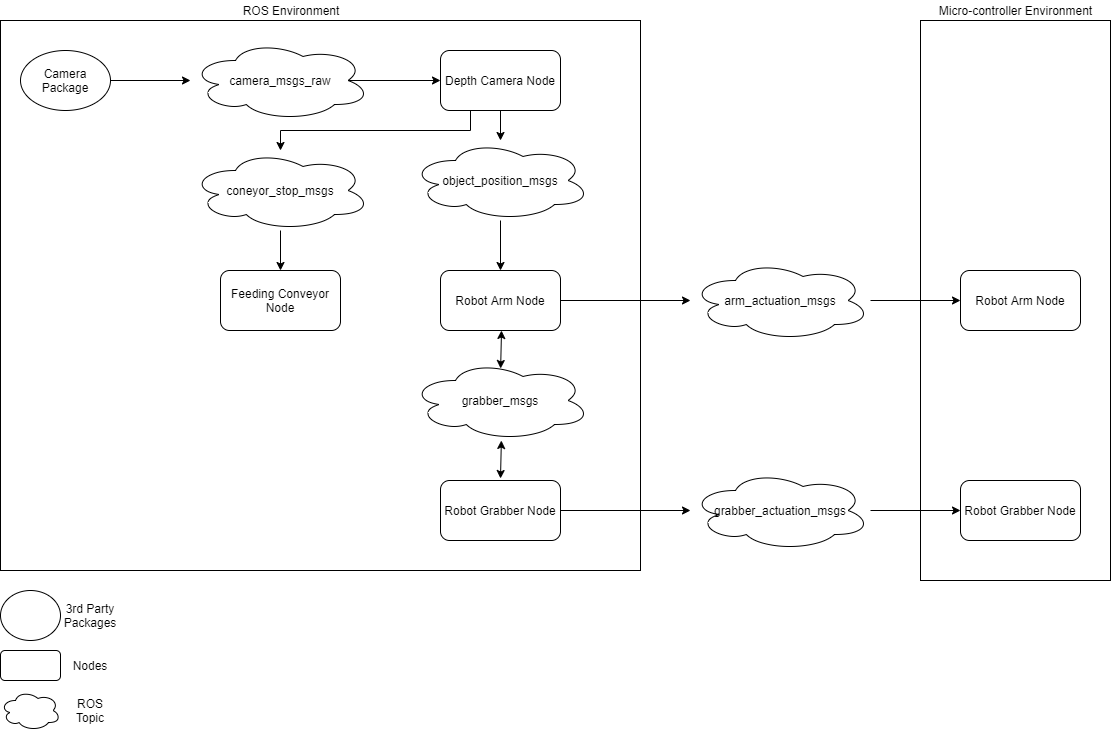
Robovison/RoboVision_Robot keeps this draw.io diagram as project_documentation/diagrams/ROS_Structure/ROS_Structure.png. Above is the earlier version. Source tidied: cells renumbered, new cells last; positions are measured from the earlier drawing's top-left corner, leaving out a move shared by most shapes.
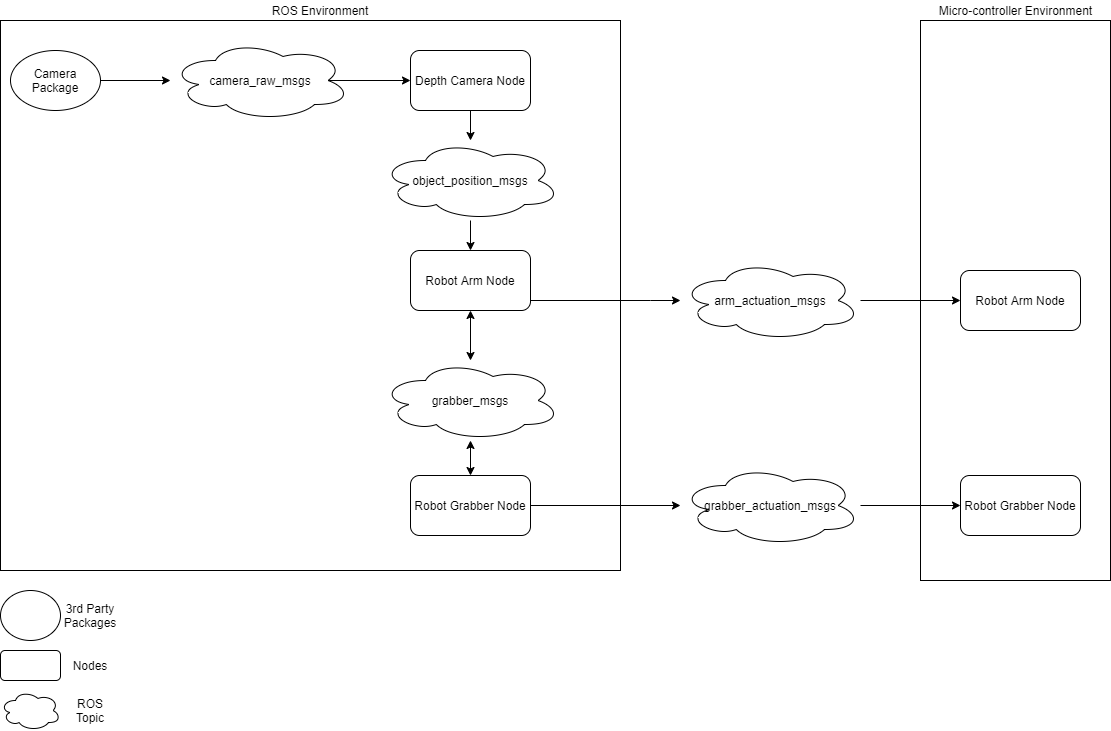
The same file after the commit.

Commit message:
ROB-16 Reworked the diagrams and documentation based on feedback from Marcel.

What changed in the source:
```diff
@@ -3,25 +3,22 @@
     <mxCell id="0" />
     <mxCell id="1" parent="0" />
     <mxCell id="2" style="rounded=0;whiteSpace=wrap;html=1;" parent="1" vertex="1">
-      <mxGeometry y="20" width="640" height="550" as="geometry" />
+      <mxGeometry y="20" width="620" height="550" as="geometry" />
     </mxCell>
     <mxCell id="3" value="ROS Environment" style="text;html=1;strokeColor=none;fillColor=none;align=center;verticalAlign=middle;whiteSpace=wrap;rounded=0;" parent="1" vertex="1">
-      <mxGeometry x="228" width="126" height="20" as="geometry" />
+      <mxGeometry x="257" width="126" height="20" as="geometry" />
     </mxCell>
     <mxCell id="4" style="edgeStyle=orthogonalEdgeStyle;rounded=0;jettySize=auto;html=1;exitX=0.5;exitY=1;exitDx=0;exitDy=0;" parent="1" edge="1" source="6" target="20">
       <mxGeometry relative="1" as="geometry" />
     </mxCell>
-    <mxCell id="5" style="edgeStyle=orthogonalEdgeStyle;rounded=0;jettySize=auto;html=1;exitX=0.25;exitY=1;exitDx=0;exitDy=0;" parent="1" edge="1" source="6" target="26">
-      <mxGeometry relative="1" as="geometry" />
-    </mxCell>
     <mxCell id="6" value="Depth Camera Node" style="rounded=1;whiteSpace=wrap;html=1;" parent="1" vertex="1">
-      <mxGeometry x="440" y="50" width="120" height="60" as="geometry" />
+      <mxGeometry x="410" y="50" width="120" height="60" as="geometry" />
     </mxCell>
     <mxCell id="7" style="edgeStyle=orthogonalEdgeStyle;rounded=0;jettySize=auto;html=1;exitX=1;exitY=0.5;exitDx=0;exitDy=0;" parent="1" edge="1" source="8" target="14">
       <mxGeometry relative="1" as="geometry" />
     </mxCell>
     <mxCell id="8" value="Camera Package" style="ellipse;whiteSpace=wrap;html=1;" parent="1" vertex="1">
-      <mxGeometry x="20" y="50" width="90" height="60" as="geometry" />
+      <mxGeometry x="10" y="50" width="90" height="60" as="geometry" />
     </mxCell>
     <mxCell id="9" style="ellipse;whiteSpace=wrap;html=1;" parent="1" vertex="1">
       <mxGeometry y="590" width="60" height="50" as="geometry" />
@@ -38,8 +35,8 @@
     <mxCell id="13" style="edgeStyle=orthogonalEdgeStyle;rounded=0;jettySize=auto;html=1;exitX=0.875;exitY=0.5;exitDx=0;exitDy=0;exitPerimeter=0;" parent="1" edge="1" source="14" target="6">
       <mxGeometry relative="1" as="geometry" />
     </mxCell>
-    <mxCell id="14" value="camera_msgs_raw" style="ellipse;shape=cloud;whiteSpace=wrap;html=1;" parent="1" vertex="1">
-      <mxGeometry x="190" y="40" width="180" height="80" as="geometry" />
+    <mxCell id="14" value="camera_raw_msgs" style="ellipse;shape=cloud;whiteSpace=wrap;html=1;" parent="1" vertex="1">
+      <mxGeometry x="170" y="40" width="180" height="80" as="geometry" />
     </mxCell>
     <mxCell id="15" style="ellipse;shape=cloud;whiteSpace=wrap;html=1;" parent="1" vertex="1">
       <mxGeometry y="690" width="60" height="40" as="geometry" />
@@ -48,47 +45,25 @@
       <mxGeometry x="70" y="700" width="40" height="20" as="geometry" />
     </mxCell>
     <mxCell id="17" style="edgeStyle=orthogonalEdgeStyle;rounded=0;jettySize=auto;html=1;" parent="1" edge="1" source="18" target="32">
-      <mxGeometry relative="1" as="geometry" />
+      <mxGeometry relative="1" as="geometry">
+        <Array as="points">
+          <mxPoint x="650" y="300" />
+          <mxPoint x="650" y="300" />
+        </Array>
+      </mxGeometry>
     </mxCell>
     <mxCell id="18" value="Robot Arm Node" style="rounded=1;whiteSpace=wrap;html=1;" parent="1" vertex="1">
-      <mxGeometry x="440" y="270" width="120" height="60" as="geometry" />
+      <mxGeometry x="410" y="250" width="120" height="60" as="geometry" />
     </mxCell>
     <mxCell id="19" style="edgeStyle=orthogonalEdgeStyle;rounded=0;jettySize=auto;html=1;" parent="1" edge="1" source="20" target="18">
       <mxGeometry relative="1" as="geometry" />
     </mxCell>
     <mxCell id="20" value="object_position_msgs" style="ellipse;shape=cloud;whiteSpace=wrap;html=1;" parent="1" vertex="1">
-      <mxGeometry x="410" y="140" width="180" height="80" as="geometry" />
+      <mxGeometry x="380" y="140" width="180" height="80" as="geometry" />
     </mxCell>
-    <mxCell id="21" style="edgeStyle=orthogonalEdgeStyle;rounded=0;jettySize=auto;html=1;" parent="1" edge="1" source="22" target="35">
+    <mxCell id="21" style="edgeStyle=orthogonalEdgeStyle;rounded=0;jettySize=auto;html=1;exitX=1;exitY=0.5;exitDx=0;exitDy=0;" parent="1" edge="1" source="22" target="35">
       <mxGeometry relative="1" as="geometry" />
     </mxCell>
-    <mxCell id="22" value="Robot Grabber Node" style="rounded=1;whiteSpace=wrap;html=1;" parent="1" vertex="1">
-      <mxGeometry x="440" y="480" width="120" height="60" as="geometry" />
-    </mxCell>
-    <mxCell id="23" value="grabber_msgs" style="ellipse;shape=cloud;whiteSpace=wrap;html=1;" parent="1" vertex="1">
-      <mxGeometry x="410" y="360" width="180" height="80" as="geometry" />
-    </mxCell>
-    <mxCell id="24" value="Feeding Conveyor Node" style="rounded=1;whiteSpace=wrap;html=1;" parent="1" vertex="1">
-      <mxGeometry x="220" y="270" width="120" height="60" as="geometry" />
-    </mxCell>
-    <mxCell id="25" style="edgeStyle=orthogonalEdgeStyle;rounded=0;jettySize=auto;html=1;" parent="1" edge="1" source="26" target="24">
-      <mxGeometry relative="1" as="geometry" />
-    </mxCell>
-    <mxCell id="26" value="coneyor_stop_msgs" style="ellipse;shape=cloud;whiteSpace=wrap;html=1;" parent="1" vertex="1">
-      <mxGeometry x="190" y="150" width="180" height="80" as="geometry" />
-    </mxCell>
-    <mxCell id="27" style="endArrow=classic;startArrow=classic;html=1;exitX=0.523;exitY=0.1;exitDx=0;exitDy=0;exitPerimeter=0;" parent="1" edge="1">
-      <mxGeometry relative="1" as="geometry">
-        <mxPoint x="500.1" y="368" as="sourcePoint" />
-        <mxPoint x="501" y="330" as="targetPoint" />
-      </mxGeometry>
-    </mxCell>
-    <mxCell id="28" style="endArrow=classic;startArrow=classic;html=1;exitX=0.523;exitY=0.1;exitDx=0;exitDy=0;exitPerimeter=0;" parent="1" edge="1">
-      <mxGeometry relative="1" as="geometry">
-        <mxPoint x="500" y="478" as="sourcePoint" />
-        <mxPoint x="500.9" y="440" as="targetPoint" />
-      </mxGeometry>
-    </mxCell>
     <mxCell id="29" style="rounded=0;whiteSpace=wrap;html=1;" parent="1" vertex="1">
       <mxGeometry x="920" y="20" width="190" height="560" as="geometry" />
     </mxCell>
@@ -99,7 +74,7 @@
       <mxGeometry relative="1" as="geometry" />
     </mxCell>
     <mxCell id="32" value="arm_actuation_msgs" style="ellipse;shape=cloud;whiteSpace=wrap;html=1;" parent="1" vertex="1">
-      <mxGeometry x="690" y="260" width="180" height="80" as="geometry" />
+      <mxGeometry x="680" y="260" width="180" height="80" as="geometry" />
     </mxCell>
     <mxCell id="33" value="Robot Arm Node" style="rounded=1;whiteSpace=wrap;html=1;" parent="1" vertex="1">
       <mxGeometry x="960" y="270" width="120" height="60" as="geometry" />
@@ -108,10 +83,22 @@
       <mxGeometry relative="1" as="geometry" />
     </mxCell>
     <mxCell id="35" value="grabber_actuation_msgs" style="ellipse;shape=cloud;whiteSpace=wrap;html=1;" parent="1" vertex="1">
-      <mxGeometry x="690" y="470" width="180" height="80" as="geometry" />
+      <mxGeometry x="680" y="465" width="180" height="80" as="geometry" />
     </mxCell>
     <mxCell id="36" value="Robot Grabber Node" style="rounded=1;whiteSpace=wrap;html=1;" parent="1" vertex="1">
-      <mxGeometry x="960" y="480" width="120" height="60" as="geometry" />
+      <mxGeometry x="960" y="475" width="120" height="60" as="geometry" />
     </mxCell>
+    <mxCell id="37" style="endArrow=classic;startArrow=classic;html=1;" parent="1" edge="1" source="22" target="23">
+      <mxGeometry relative="1" as="geometry" />
+    </mxCell>
+    <mxCell id="38" style="endArrow=classic;startArrow=classic;html=1;entryX=0.5;entryY=1;entryDx=0;entryDy=0;" parent="1" edge="1" source="23" target="18">
+      <mxGeometry relative="1" as="geometry" />
+    </mxCell>
+    <mxCell id="22" value="Robot Grabber Node" style="rounded=1;whiteSpace=wrap;html=1;" parent="1" vertex="1">
+      <mxGeometry x="410" y="475" width="120" height="60" as="geometry" />
+    </mxCell>
+    <mxCell id="23" value="grabber_msgs" style="ellipse;shape=cloud;whiteSpace=wrap;html=1;" parent="1" vertex="1">
+      <mxGeometry x="380" y="360" width="180" height="80" as="geometry" />
+    </mxCell>
   </root>
 </mxGraphModel>
```
